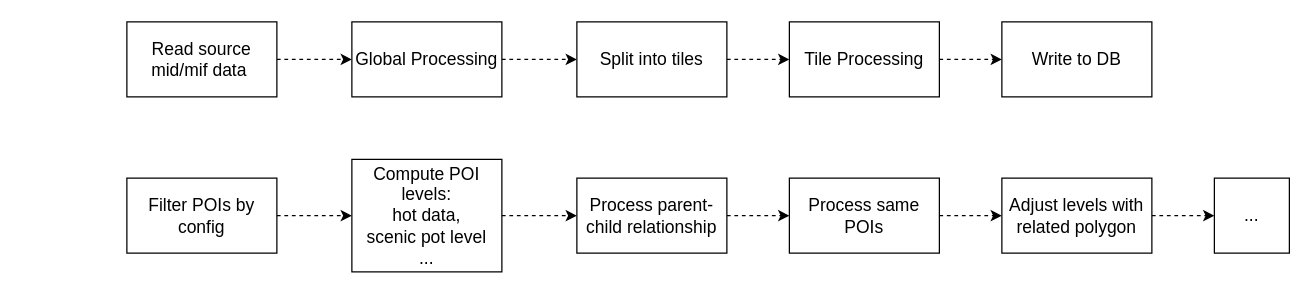
This is page "data flow" (3 of 4) of Untitled Diagram.drawio from blueye/ixp.github.io, a draw.io file, before an edit. Source tidied: cells renumbered, new cells numbered last; positions are measured from the earlier drawing's top-left corner, leaving out a move shared by most shapes. Both pictures are drawn from the tidied source at 125%, with x=0, y=0 at pixel (126, 21).
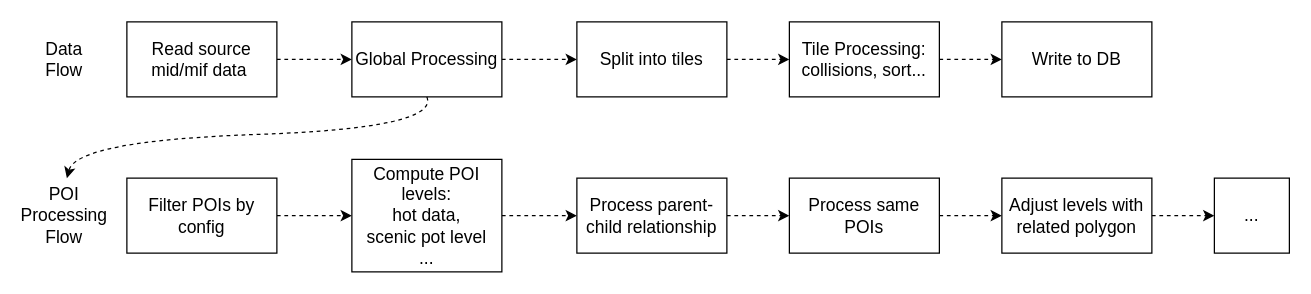
After the change.

Unchanged cells that the change refers to:
```xml
<mxCell id="5" value="&lt;span style=&quot;font-size: 14px&quot;&gt;Global Processing&lt;/span&gt;" style="rounded=0;whiteSpace=wrap;html=1;" parent="1" vertex="1">
  <mxGeometry x="180" width="120" height="60" as="geometry" />
</mxCell>
```

What changed in the source:
```diff
@@
-    <mxCell id="9" value="&lt;span style=&quot;font-size: 14px&quot;&gt;Tile Processing&lt;br&gt;&lt;/span&gt;" style="rounded=0;whiteSpace=wrap;html=1;" parent="1" vertex="1">
+    <mxCell id="9" value="&lt;span style=&quot;font-size: 14px&quot;&gt;Tile Processing:&lt;br&gt;collisions, sort...&lt;br&gt;&lt;/span&gt;" style="rounded=0;whiteSpace=wrap;html=1;" parent="1" vertex="1">
       <mxGeometry x="530" width="120" height="60" as="geometry" />
     </mxCell>
@@
+    <mxCell id="22" value="&lt;font style=&quot;font-size: 14px&quot;&gt;Data Flow&lt;/font&gt;" style="text;html=1;strokeColor=none;fillColor=none;align=center;verticalAlign=middle;whiteSpace=wrap;rounded=0;" parent="1" vertex="1">
+      <mxGeometry x="-70" y="20" width="40" height="20" as="geometry" />
+    </mxCell>
+    <mxCell id="23" value="&lt;font style=&quot;font-size: 14px&quot;&gt;POI Processing Flow&lt;/font&gt;" style="text;html=1;strokeColor=none;fillColor=none;align=center;verticalAlign=middle;whiteSpace=wrap;rounded=0;" parent="1" vertex="1">
+      <mxGeometry x="-70" y="145" width="40" height="20" as="geometry" />
+    </mxCell>
+    <mxCell id="24" style="curved=1;endArrow=classic;html=1;dashed=1;exitX=0.5;exitY=1;exitDx=0;exitDy=0;" parent="1" edge="1" source="5">
+      <mxGeometry relative="1" as="geometry">
+        <mxPoint x="-48" y="125" as="targetPoint" />
+        <Array as="points">
+          <mxPoint x="250" y="85" />
+          <mxPoint x="-40" y="95" />
+        </Array>
+      </mxGeometry>
+    </mxCell>
```
